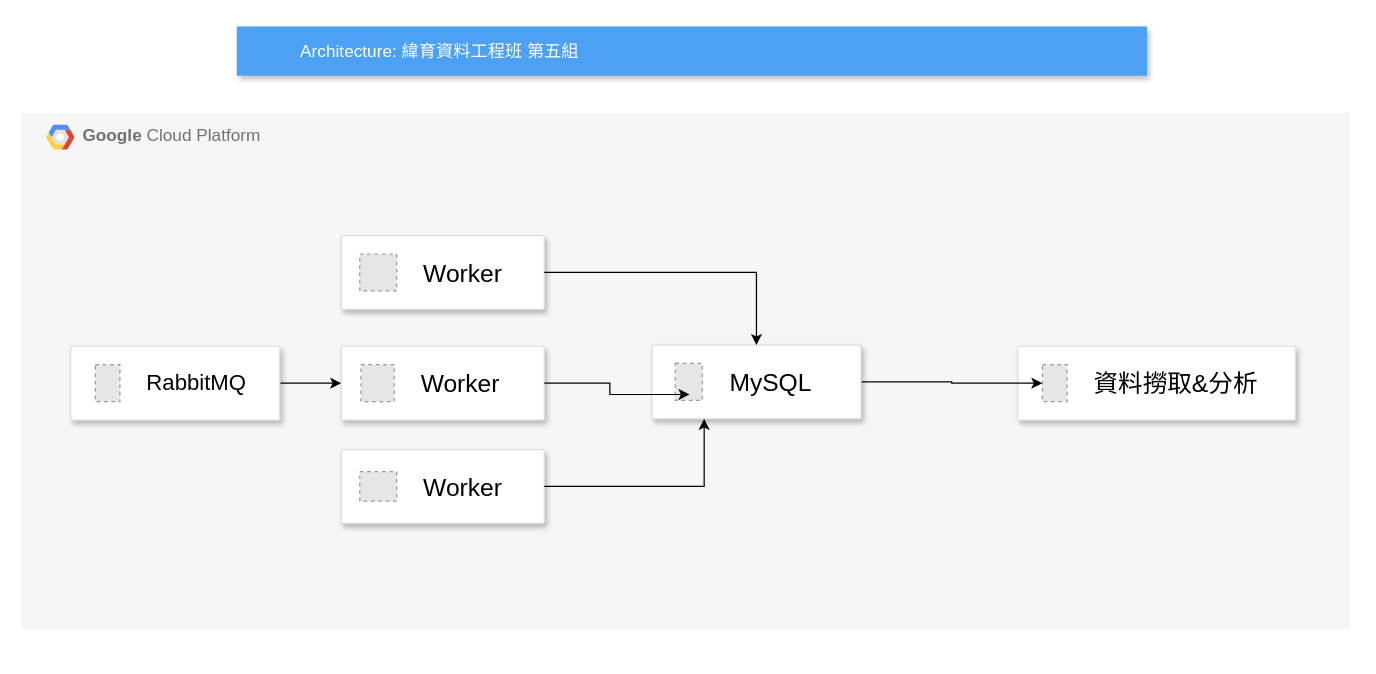
Before: 架構圖.drawio in tibame05/web_crawler_us_etf, a draw.io diagram. Source tidied: cells renumbered, new cells numbered last; positions are measured from the earlier drawing's top-left corner, leaving out a move shared by most shapes. Both pictures are drawn from the tidied source at 123%, with x=0, y=0 at pixel (21, 26). Pictures stored in the file or linked from it are replaced by grey dashed boxes.
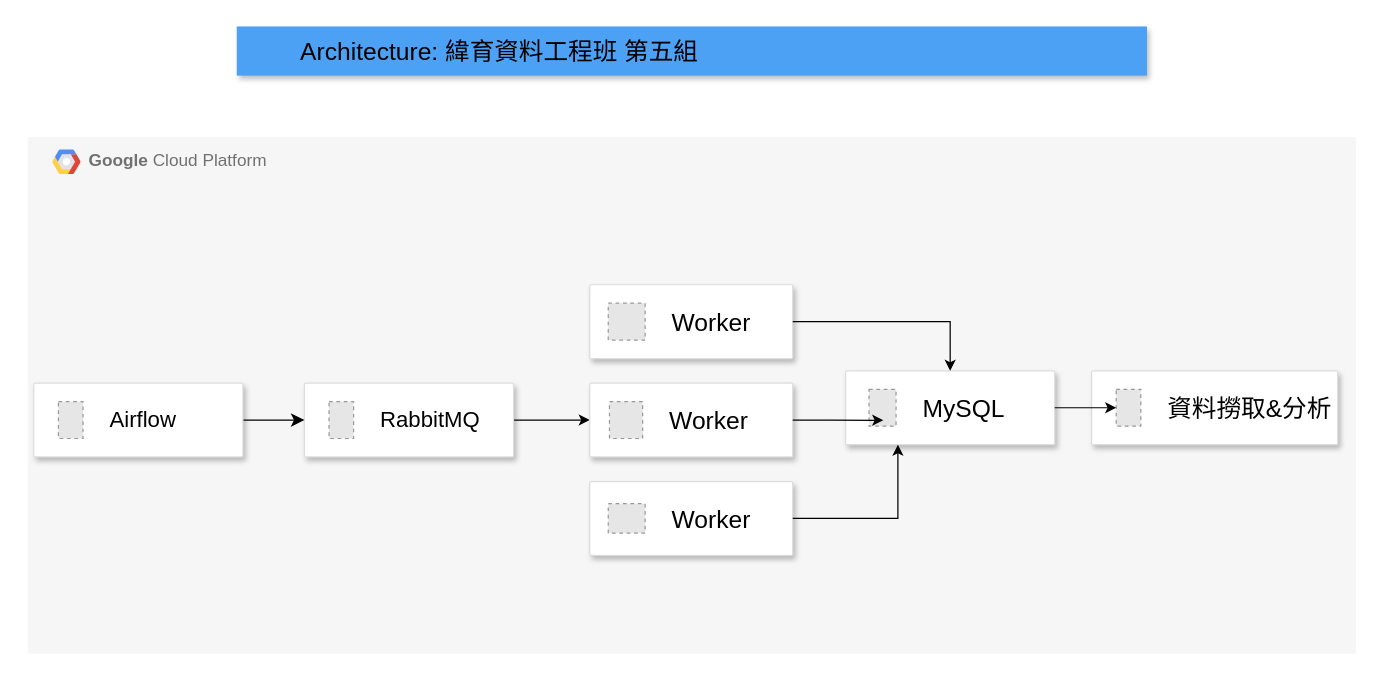
Above is the later version.

Commit message:
更新架構圖.drawio

The change refers to these unchanged cells:
```xml
<mxCell id="5" value="&lt;font style=&quot;font-size: 20px;&quot; color=&quot;#000000&quot;&gt;資料撈取&amp;amp;分析&lt;/font&gt;" style="fillColor=#E6E6E6;strokeColor=#999999;dashed=1;html=1;fontColor=#999999;verticalLabelPosition=middle;verticalAlign=middle;labelPosition=right;align=left;spacingLeft=20;" parent="4" vertex="1">
  <mxGeometry width="20" height="30" relative="1" as="geometry">
    <mxPoint x="20" y="15" as="offset" />
  </mxGeometry>
</mxCell>
<mxCell id="18" value="&lt;font style=&quot;font-size: 20px;&quot; color=&quot;#000000&quot;&gt;MySQL&lt;/font&gt;" style="fillColor=#E6E6E6;strokeColor=#999999;dashed=1;html=1;fontColor=#999999;verticalLabelPosition=middle;verticalAlign=middle;labelPosition=right;align=left;spacingLeft=20;" parent="17" vertex="1">
  <mxGeometry width="22" height="30" relative="1" as="geometry">
    <mxPoint x="19" y="15" as="offset" />
  </mxGeometry>
</mxCell>
```

Diff of the diagram source:
```diff
@@
     <mxCell id="2" value="&lt;b&gt;Google &lt;/b&gt;Cloud Platform" style="fillColor=#F6F6F6;strokeColor=none;shadow=0;gradientColor=none;fontSize=14;align=left;spacing=10;fontColor=#717171;9E9E9E;verticalAlign=top;spacingTop=-4;fontStyle=0;spacingLeft=40;html=1;" parent="1" vertex="1">
-      <mxGeometry y="70" width="1080" height="420" as="geometry" />
+      <mxGeometry x="5" y="90" width="1080" height="420" as="geometry" />
     </mxCell>
@@
     <mxCell id="4" style="strokeColor=#dddddd;shadow=1;strokeWidth=1;rounded=1;absoluteArcSize=1;arcSize=2;" parent="2" vertex="1">
-      <mxGeometry x="810" y="190" width="225.7" height="60" as="geometry" />
+      <mxGeometry x="865" y="190" width="200" height="60" as="geometry" />
     </mxCell>
@@
     <mxCell id="7" style="strokeColor=#dddddd;shadow=1;strokeWidth=1;rounded=1;absoluteArcSize=1;arcSize=2;" parent="2" vertex="1">
-      <mxGeometry x="40" y="190" width="170" height="60" as="geometry" />
+      <mxGeometry x="225" y="200" width="170" height="60" as="geometry" />
     </mxCell>
@@
     <mxCell id="9" style="strokeColor=#dddddd;shadow=1;strokeWidth=1;rounded=1;absoluteArcSize=1;arcSize=2;" parent="2" vertex="1">
-      <mxGeometry x="260" y="100" width="165" height="60" as="geometry" />
+      <mxGeometry x="457" y="120" width="165" height="60" as="geometry" />
     </mxCell>
@@
     <mxCell id="11" style="strokeColor=#dddddd;shadow=1;strokeWidth=1;rounded=1;absoluteArcSize=1;arcSize=2;" parent="2" vertex="1">
-      <mxGeometry x="260" y="190" width="165" height="60" as="geometry" />
+      <mxGeometry x="457" y="200" width="165" height="60" as="geometry" />
     </mxCell>
@@
     <mxCell id="13" style="strokeColor=#dddddd;shadow=1;strokeWidth=1;rounded=1;absoluteArcSize=1;arcSize=2;" parent="2" vertex="1">
-      <mxGeometry x="260" y="274" width="165" height="60" as="geometry" />
+      <mxGeometry x="457" y="280" width="165" height="60" as="geometry" />
     </mxCell>
@@
-    <mxCell id="15" value="Architecture: 緯育資料工程班 第五組" style="fillColor=#4DA1F5;strokeColor=none;shadow=1;gradientColor=none;fontSize=14;align=left;spacingLeft=50;fontColor=#ffffff;html=1;" parent="1" vertex="1">
-      <mxGeometry x="175" width="740" height="40" as="geometry" />
-    </mxCell>
-    <mxCell id="16" style="edgeStyle=orthogonalEdgeStyle;rounded=0;jettySize=auto;html=1;" parent="1" edge="1" source="17" target="5">
-      <mxGeometry relative="1" as="geometry" />
-    </mxCell>
-    <mxCell id="17" style="strokeColor=#dddddd;shadow=1;strokeWidth=1;rounded=1;absoluteArcSize=1;arcSize=2;" parent="1" vertex="1">
-      <mxGeometry x="512.5" y="259" width="170" height="60" as="geometry" />
+    <mxCell id="17" style="strokeColor=#dddddd;shadow=1;strokeWidth=1;rounded=1;absoluteArcSize=1;arcSize=2;" parent="2" vertex="1">
+      <mxGeometry x="665" y="190" width="170" height="60" as="geometry" />
     </mxCell>
@@
+    <mxCell id="20" style="edgeStyle=orthogonalEdgeStyle;rounded=0;jettySize=auto;html=1;entryX=0.528;entryY=0.841;entryDx=0;entryDy=0;entryPerimeter=0;" parent="2" edge="1" source="11" target="18">
+      <mxGeometry relative="1" as="geometry" />
+    </mxCell>
+    <mxCell id="16" style="edgeStyle=orthogonalEdgeStyle;rounded=0;jettySize=auto;html=1;" parent="2" edge="1" source="17" target="5">
+      <mxGeometry relative="1" as="geometry" />
+    </mxCell>
-    <mxCell id="19" style="edgeStyle=orthogonalEdgeStyle;rounded=0;jettySize=auto;html=1;" parent="1" edge="1" source="9" target="17">
+    <mxCell id="19" style="edgeStyle=orthogonalEdgeStyle;rounded=0;jettySize=auto;html=1;" parent="2" edge="1" source="9" target="17">
       <mxGeometry relative="1" as="geometry" />
     </mxCell>
-    <mxCell id="20" style="edgeStyle=orthogonalEdgeStyle;rounded=0;jettySize=auto;html=1;entryX=0.528;entryY=0.841;entryDx=0;entryDy=0;entryPerimeter=0;" parent="1" edge="1" source="11" target="18">
-      <mxGeometry relative="1" as="geometry" />
-    </mxCell>
-    <mxCell id="21" style="edgeStyle=orthogonalEdgeStyle;rounded=0;jettySize=auto;html=1;entryX=0.25;entryY=1;entryDx=0;entryDy=0;" parent="1" edge="1" source="13" target="17">
+    <mxCell id="21" style="edgeStyle=orthogonalEdgeStyle;rounded=0;jettySize=auto;html=1;entryX=0.25;entryY=1;entryDx=0;entryDy=0;" parent="2" edge="1" source="13" target="17">
       <mxGeometry relative="1" as="geometry" />
     </mxCell>
+    <mxCell id="22" style="edgeStyle=none;curved=1;rounded=0;jettySize=auto;html=1;fontSize=12;startSize=8;endSize=8;" parent="2" edge="1" source="23" target="7">
+      <mxGeometry relative="1" as="geometry" />
+    </mxCell>
+    <mxCell id="23" style="strokeColor=#dddddd;shadow=1;strokeWidth=1;rounded=1;absoluteArcSize=1;arcSize=2;" parent="2" vertex="1">
+      <mxGeometry x="5" y="200" width="170" height="60" as="geometry" />
+    </mxCell>
+    <mxCell id="24" value="&lt;font color=&quot;#000000&quot;&gt;&lt;span style=&quot;font-size: 18px;&quot;&gt;Airflow&lt;/span&gt;&lt;/font&gt;" style="fillColor=#E6E6E6;strokeColor=#999999;dashed=1;html=1;fontColor=#999999;verticalLabelPosition=middle;verticalAlign=middle;labelPosition=right;align=left;spacingLeft=20;" parent="23" vertex="1">
+      <mxGeometry width="20" height="30" relative="1" as="geometry">
+        <mxPoint x="20" y="15" as="offset" />
+      </mxGeometry>
+    </mxCell>
+    <mxCell id="15" value="&lt;font style=&quot;font-size: 20px; color: rgb(0, 0, 0);&quot;&gt;Architecture: 緯育資料工程班 第五組&lt;/font&gt;" style="fillColor=#4DA1F5;strokeColor=none;shadow=1;gradientColor=none;fontSize=14;align=left;spacingLeft=50;fontColor=#ffffff;html=1;" parent="1" vertex="1">
+      <mxGeometry x="175" width="740" height="40" as="geometry" />
+    </mxCell>
```
